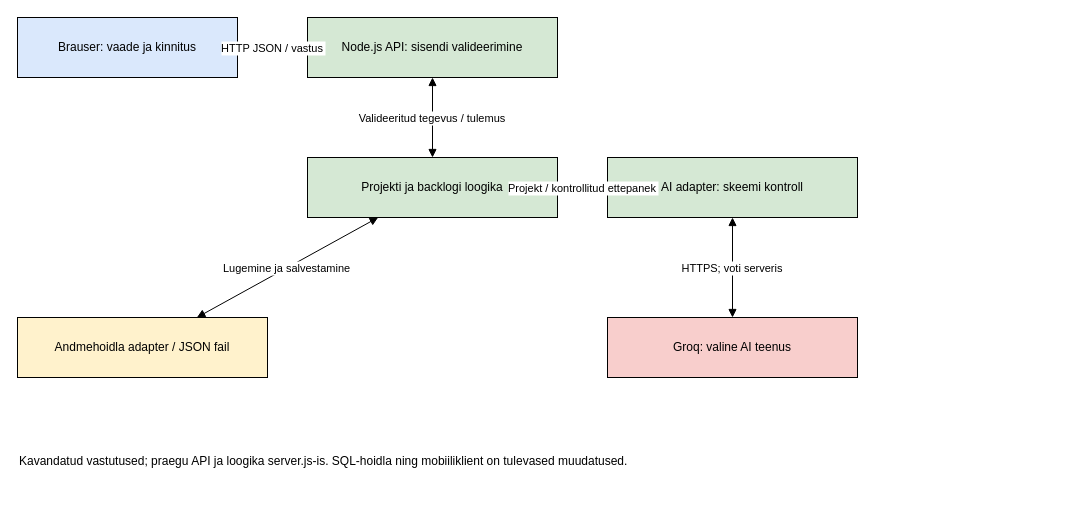
TTVIKK2527/tak25-ai-backlog keeps this draw.io diagram as docs/321/architecture.drawio. Above is the earlier version. Source tidied: cells renumbered, new cells numbered last; positions are measured from the earlier drawing's top-left corner, leaving out a move shared by most shapes. Both pictures are drawn from the tidied source at 100%, with x=0, y=0 at pixel (17, 17).
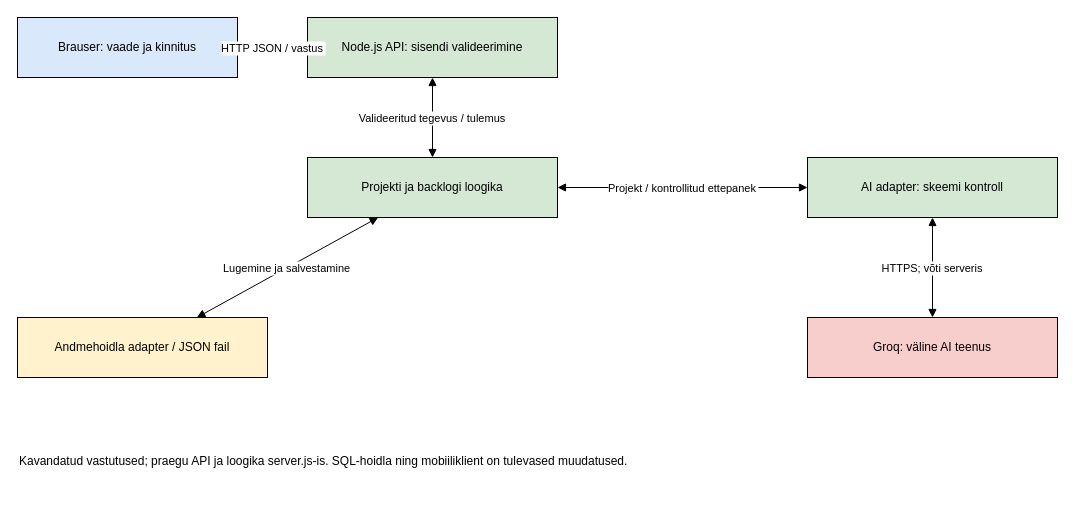
Above is the later version.

Commit message (it also covers changes not shown here):
Verify assignment 321 diagram and link real planning issues

Change to the diagram source:
```diff
@@
 <mxGraphModel>
   <root>
     <mxCell id="0" />
     <mxCell id="1" parent="0" />
     <mxCell id="2" value="Brauser: vaade ja kinnitus" style="rounded=0;whiteSpace=wrap;html=1;fillColor=#dae8fc;" parent="1" vertex="1">
       <mxGeometry width="220" height="60" as="geometry" />
     </mxCell>
     <mxCell id="3" value="Node.js API: sisendi valideerimine" style="rounded=0;whiteSpace=wrap;html=1;fillColor=#d5e8d4;" parent="1" vertex="1">
       <mxGeometry x="290" width="250" height="60" as="geometry" />
     </mxCell>
     <mxCell id="4" value="Projekti ja backlogi loogika" style="rounded=0;whiteSpace=wrap;html=1;fillColor=#d5e8d4;" parent="1" vertex="1">
       <mxGeometry x="290" y="140" width="250" height="60" as="geometry" />
     </mxCell>
     <mxCell id="5" value="Andmehoidla adapter / JSON fail" style="rounded=0;whiteSpace=wrap;html=1;fillColor=#fff2cc;" parent="1" vertex="1">
       <mxGeometry y="300" width="250" height="60" as="geometry" />
     </mxCell>
     <mxCell id="6" value="AI adapter: skeemi kontroll" style="rounded=0;whiteSpace=wrap;html=1;fillColor=#d5e8d4;" parent="1" vertex="1">
-      <mxGeometry x="590" y="140" width="250" height="60" as="geometry" />
+      <mxGeometry x="790" y="140" width="250" height="60" as="geometry" />
     </mxCell>
-    <mxCell id="7" value="Groq: valine AI teenus" style="rounded=0;whiteSpace=wrap;html=1;fillColor=#f8cecc;" parent="1" vertex="1">
-      <mxGeometry x="590" y="300" width="250" height="60" as="geometry" />
+    <mxCell id="7" value="Groq: väline AI teenus" style="rounded=0;whiteSpace=wrap;html=1;fillColor=#f8cecc;" parent="1" vertex="1">
+      <mxGeometry x="790" y="300" width="250" height="60" as="geometry" />
     </mxCell>
     <mxCell id="8" value="Kavandatud vastutused; praegu API ja loogika server.js-is. SQL-hoidla ning mobiiliklient on tulevased muudatused." style="text;whiteSpace=wrap;html=1;" parent="1" vertex="1">
       <mxGeometry y="430" width="840" height="60" as="geometry" />
     </mxCell>
     <mxCell id="9" value="HTTP JSON / vastus" style="endArrow=block;startArrow=block;" parent="1" edge="1" source="2" target="3">
       <mxGeometry relative="1" as="geometry" />
     </mxCell>
     <mxCell id="10" value="Valideeritud tegevus / tulemus" style="endArrow=block;startArrow=block;" parent="1" edge="1" source="3" target="4">
       <mxGeometry relative="1" as="geometry" />
     </mxCell>
     <mxCell id="11" value="Lugemine ja salvestamine" style="endArrow=block;startArrow=block;" parent="1" edge="1" source="4" target="5">
       <mxGeometry relative="1" as="geometry" />
     </mxCell>
     <mxCell id="12" value="Projekt / kontrollitud ettepanek" style="endArrow=block;startArrow=block;" parent="1" edge="1" source="4" target="6">
       <mxGeometry relative="1" as="geometry" />
     </mxCell>
-    <mxCell id="13" value="HTTPS; voti serveris" style="endArrow=block;startArrow=block;" parent="1" edge="1" source="6" target="7">
+    <mxCell id="13" value="HTTPS; võti serveris" style="endArrow=block;startArrow=block;" parent="1" edge="1" source="6" target="7">
       <mxGeometry relative="1" as="geometry" />
     </mxCell>
   </root>
 </mxGraphModel>
```
